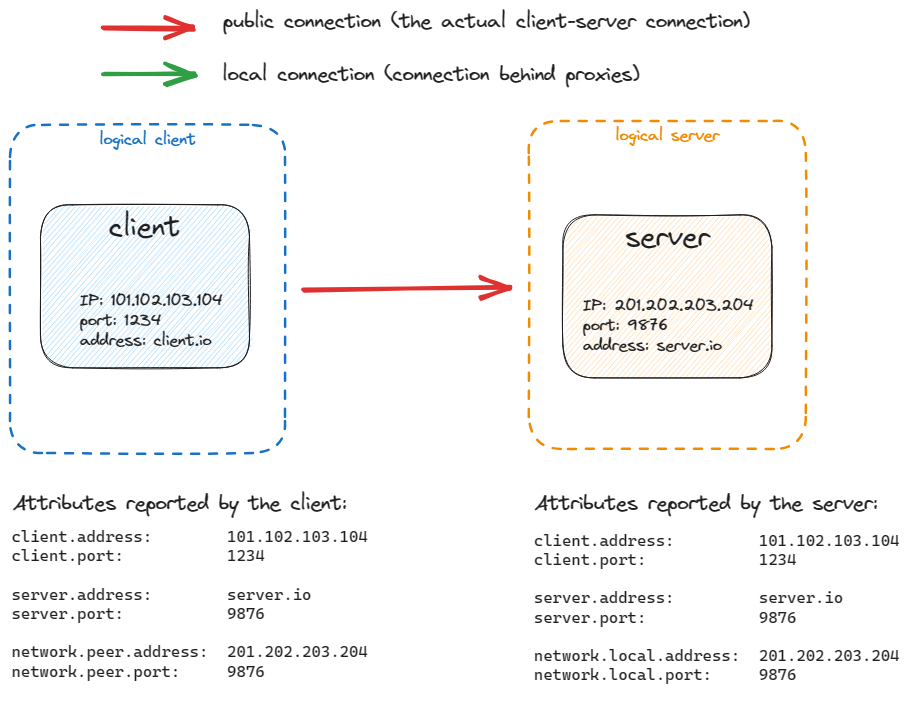
The Excalidraw diagram docs/general/simple.png in open-telemetry/semantic-conventions, before a commit. Source tidied: one line per element, renumbered; positions are measured from the earlier drawing's top-left corner, leaving out a move shared by most shapes.
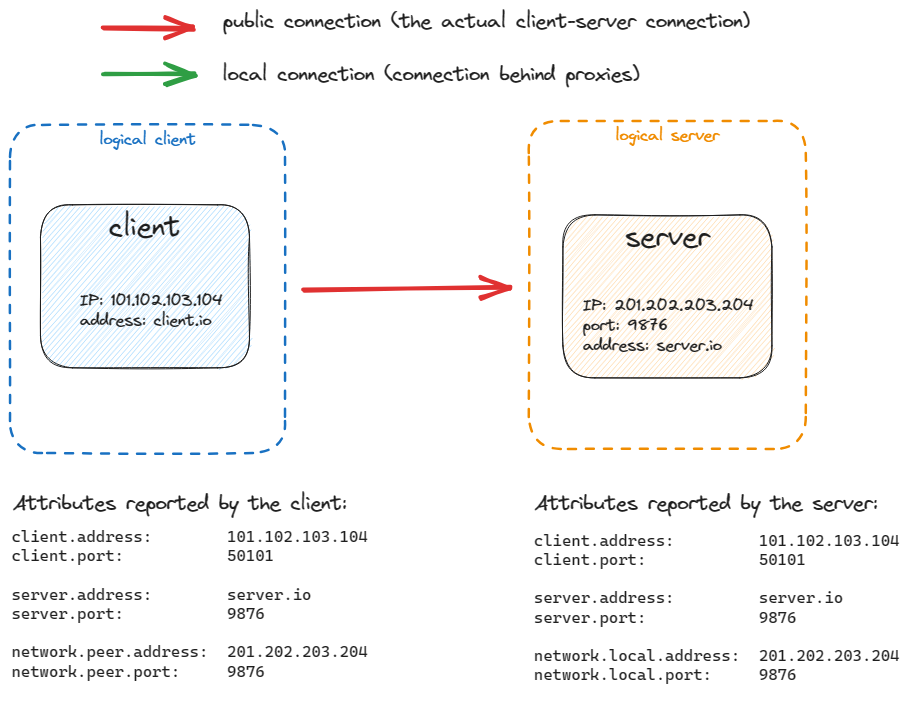
Above is the later version.

Diff of the diagram source:
```diff
@@ -4,7 +4,7 @@
 {"id": 3, "type": "text", "text": "logical server", "strokeColor": "#f08c00", "backgroundColor": "#99e9f2", "fillStyle": "hachure", "strokeWidth": 1, "strokeStyle": "dashed", "roughness": 1, "fontSize": 16, "fontFamily": 1, "textAlign": "center", "inside": 2, "x": 605, "y": 116, "width": 104, "height": 20}
 {"id": 4, "type": "rectangle", "strokeColor": "#1e1e1e", "backgroundColor": "#a5d8ff", "fillStyle": "hachure", "strokeWidth": 1, "roughness": 1, "round": true, "x": 30, "y": 195, "width": 209, "height": 163}
 {"id": 5, "type": "text", "text": "client", "strokeColor": "#1e1e1e", "backgroundColor": "#a5d8ff", "fillStyle": "hachure", "strokeWidth": 1, "roughness": 1, "fontSize": 28, "fontFamily": 1, "textAlign": "center", "inside": 4, "x": 99, "y": 200, "width": 72, "height": 35}
-{"id": 6, "type": "text", "text": "IP: 101.102.103.104\nport: 1234\naddress: client.io", "strokeColor": "#1e1e1e", "backgroundColor": "#a5d8ff", "fillStyle": "hachure", "strokeWidth": 1, "roughness": 1, "fontSize": 16, "fontFamily": 1, "x": 70, "y": 281, "width": 143, "height": 60}
+{"id": 6, "type": "text", "text": "IP: 101.102.103.104\naddress: client.io", "strokeColor": "#1e1e1e", "backgroundColor": "#a5d8ff", "fillStyle": "hachure", "strokeWidth": 1, "roughness": 1, "fontSize": 16, "fontFamily": 1, "x": 70, "y": 281, "width": 143, "height": 40}
 {"id": 7, "type": "rectangle", "strokeColor": "#1e1e1e", "backgroundColor": "#ffd8a8", "fillStyle": "hachure", "strokeWidth": 1, "roughness": 1, "round": true, "x": 553, "y": 205, "width": 209, "height": 163}
 {"id": 8, "type": "text", "text": "server", "strokeColor": "#1e1e1e", "backgroundColor": "#a5d8ff", "fillStyle": "hachure", "strokeWidth": 1, "roughness": 1, "fontSize": 28, "fontFamily": 1, "textAlign": "center", "inside": 7, "x": 615, "y": 210, "width": 85, "height": 35}
 {"id": 9, "type": "text", "text": "IP: 201.202.203.204\nport: 9876\naddress: server.io", "strokeColor": "#1e1e1e", "backgroundColor": "#a5d8ff", "fillStyle": "hachure", "strokeWidth": 1, "roughness": 1, "fontSize": 16, "fontFamily": 1, "x": 573, "y": 286, "width": 171, "height": 60}
@@ -13,7 +13,7 @@
 {"id": 12, "type": "arrow", "strokeColor": "#2f9e44", "backgroundColor": "#99e9f2", "fillStyle": "hachure", "strokeWidth": 4, "roughness": 1, "endArrowhead": "arrow", "round": true, "x": 94, "y": 63, "width": 90, "height": 1, "points": [[0, 0], [90, 1]]}
 {"id": 13, "type": "text", "text": "public connection (the actual client-server connection)", "strokeColor": "#1e1e1e", "backgroundColor": "#ffd8a8", "fillStyle": "hachure", "strokeWidth": 2, "roughness": 1, "fontSize": 20, "fontFamily": 1, "x": 213, "y": 0, "width": 527, "height": 25}
 {"id": 14, "type": "text", "text": "local connection (connection behind proxies)", "strokeColor": "#1e1e1e", "backgroundColor": "#ffd8a8", "fillStyle": "hachure", "strokeWidth": 2, "roughness": 1, "fontSize": 20, "fontFamily": 1, "x": 212, "y": 53, "width": 417, "height": 25}
-{"id": 15, "type": "text", "text": "client.address:        101.102.103.104\nclient.port:           1234\n\nserver.address:        server.io\nserver.port:           9876\n\nnetwork.peer.address:  201.202.203.204\nnetwork.peer.port:     9876", "strokeColor": "#1e1e1e", "backgroundColor": "#a5d8ff", "fillStyle": "hachure", "strokeWidth": 1, "roughness": 1, "fontSize": 16, "fontFamily": 3, "x": 1, "y": 518, "width": 356, "height": 154}
+{"id": 15, "type": "text", "text": "client.address:        101.102.103.104\nclient.port:           50101\n\nserver.address:        server.io\nserver.port:           9876\n\nnetwork.peer.address:  201.202.203.204\nnetwork.peer.port:     9876", "strokeColor": "#1e1e1e", "backgroundColor": "#a5d8ff", "fillStyle": "hachure", "strokeWidth": 1, "roughness": 1, "fontSize": 16, "fontFamily": 3, "x": 1, "y": 518, "width": 356, "height": 154}
 {"id": 16, "type": "text", "text": "Attributes reported by the client:", "strokeColor": "#1e1e1e", "backgroundColor": "#a5d8ff", "fillStyle": "hachure", "strokeWidth": 1, "roughness": 1, "fontSize": 20, "fontFamily": 1, "x": 3, "y": 482, "width": 334, "height": 25}
-{"id": 17, "type": "text", "text": "client.address:         101.102.103.104\nclient.port:            1234\n\nserver.address:         server.io\nserver.port:            9876\n\nnetwork.local.address:  201.202.203.204\nnetwork.local.port:     9876\n", "strokeColor": "#1e1e1e", "backgroundColor": "#a5d8ff", "fillStyle": "hachure", "strokeWidth": 1, "roughness": 1, "fontSize": 16, "fontFamily": 3, "x": 524, "y": 521, "width": 366, "height": 173}
+{"id": 17, "type": "text", "text": "client.address:         101.102.103.104\nclient.port:            50101\n\nserver.address:         server.io\nserver.port:            9876\n\nnetwork.local.address:  201.202.203.204\nnetwork.local.port:     9876\n", "strokeColor": "#1e1e1e", "backgroundColor": "#a5d8ff", "fillStyle": "hachure", "strokeWidth": 1, "roughness": 1, "fontSize": 16, "fontFamily": 3, "x": 524, "y": 521, "width": 366, "height": 173}
 {"id": 18, "type": "text", "text": "Attributes reported by the server:", "strokeColor": "#1e1e1e", "backgroundColor": "#a5d8ff", "fillStyle": "hachure", "strokeWidth": 1, "roughness": 1, "fontSize": 20, "fontFamily": 1, "x": 525, "y": 482, "width": 343, "height": 25}
```
